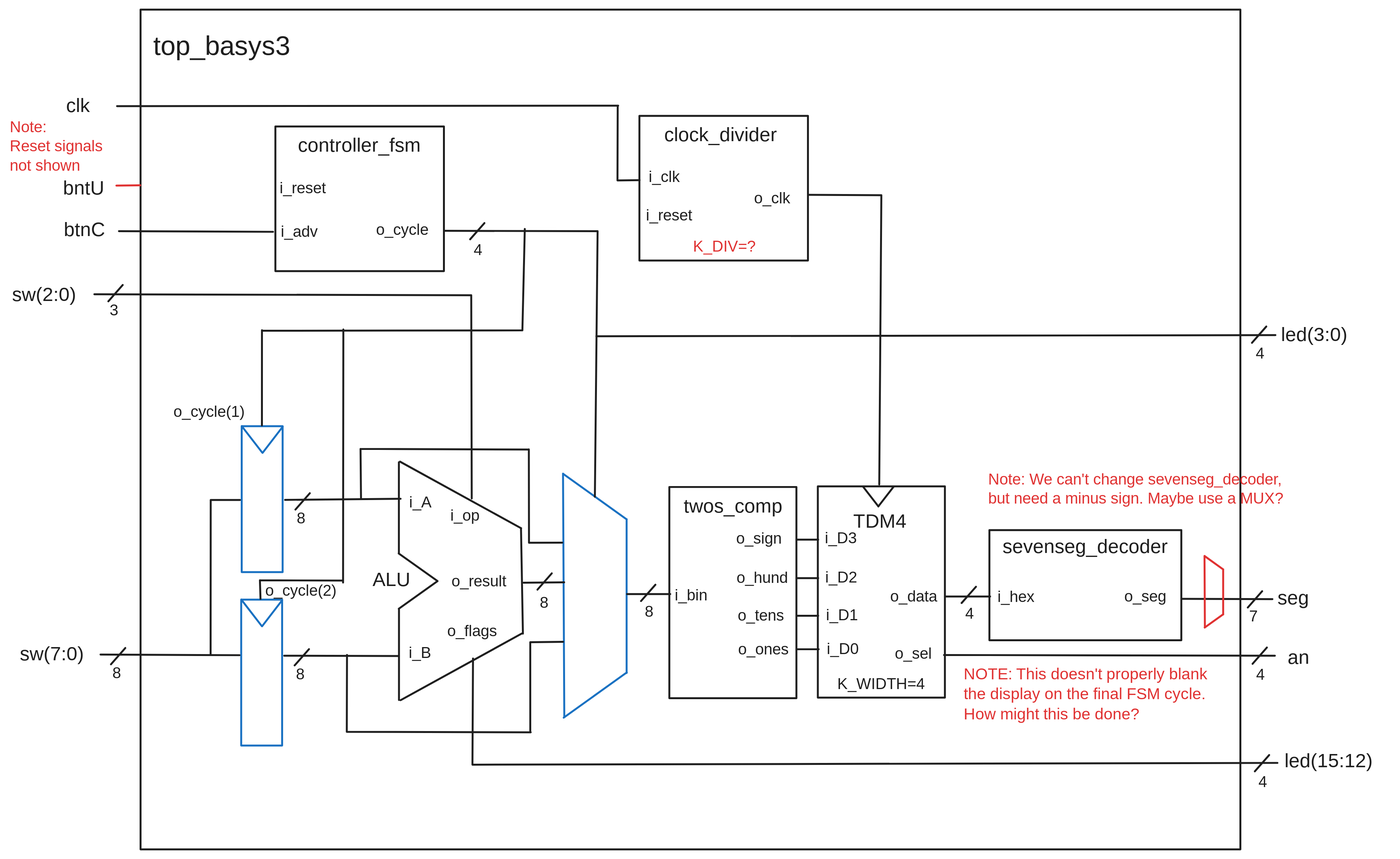
Above: book/lab/img/lab5-top_basys3.excalidraw.svg in USAFA-ECE/ece281-book (Excalidraw), before the change. Source tidied: one line per element, renumbered; positions are measured from the earlier drawing's top-left corner, leaving out a move shared by most shapes.
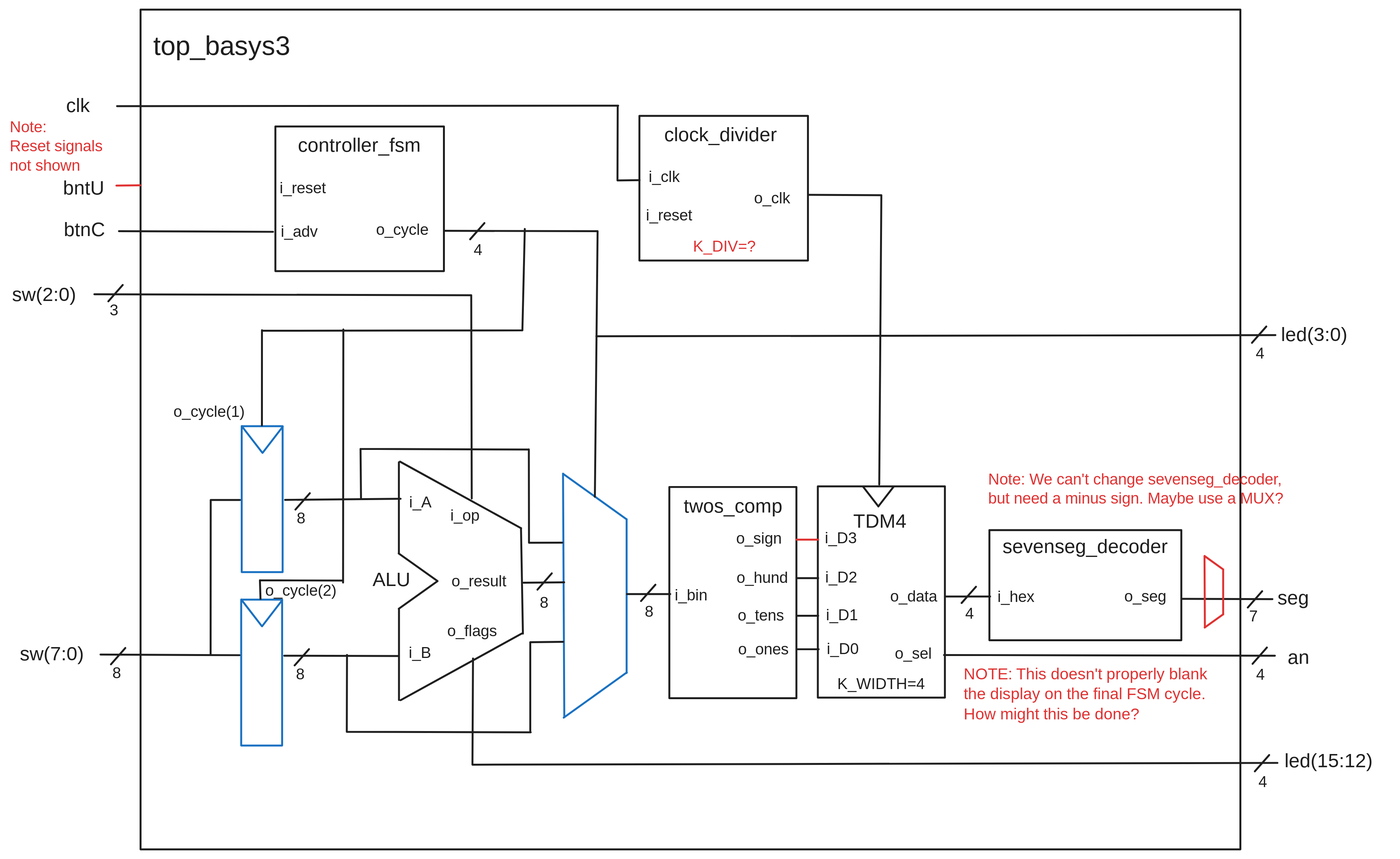
After the commit.

Commit message:
lab5 add red line for o_sign

What changed in the source:
```diff
@@ -96,7 +96,7 @@
 {"id": 95, "type": "line", "strokeColor": "#1e1e1e", "strokeWidth": 2, "roughness": 0, "x": 540, "y": 750, "width": 34, "height": 94, "points": [[0, 0], [0, -93], [34, -94]]}
 {"id": 96, "type": "line", "strokeColor": "#1e1e1e", "strokeWidth": 2, "roughness": 0, "x": 452, "y": 230, "width": 159, "height": 276, "points": [[0, 0], [159, 0], [156, 276]]}
 {"id": 97, "type": "text", "text": "NOTE: This doesn't properly blank\nthe display on the final FSM cycle.\nHow might this be done? ", "strokeColor": "#e03131", "strokeWidth": 2, "roughness": 0, "fontSize": 16.62, "fontFamily": 5, "x": 991, "y": 681, "width": 279, "height": 62}
-{"id": 98, "type": "line", "strokeColor": "#1e1e1e", "strokeWidth": 2, "roughness": 0, "x": 817, "y": 550, "width": 22, "height": 0, "points": [[0, 0], [22, 0]]}
+{"id": 98, "type": "line", "strokeColor": "#e03131", "strokeWidth": 2, "roughness": 0, "x": 817, "y": 550, "width": 22, "height": 0, "points": [[0, 0], [22, 0]]}
 {"id": 99, "type": "line", "strokeColor": "#1e1e1e", "strokeWidth": 2, "roughness": 0, "x": 817, "y": 590, "width": 22, "height": 0, "points": [[0, 0], [22, 0]]}
 {"id": 100, "type": "line", "strokeColor": "#1e1e1e", "strokeWidth": 2, "roughness": 0, "x": 817, "y": 629, "width": 22, "height": 0, "points": [[0, 0], [22, 0]]}
 {"id": 101, "type": "line", "strokeColor": "#1e1e1e", "strokeWidth": 2, "roughness": 0, "x": 817, "y": 664, "width": 22, "height": 0, "points": [[0, 0], [22, 0]]}
```
